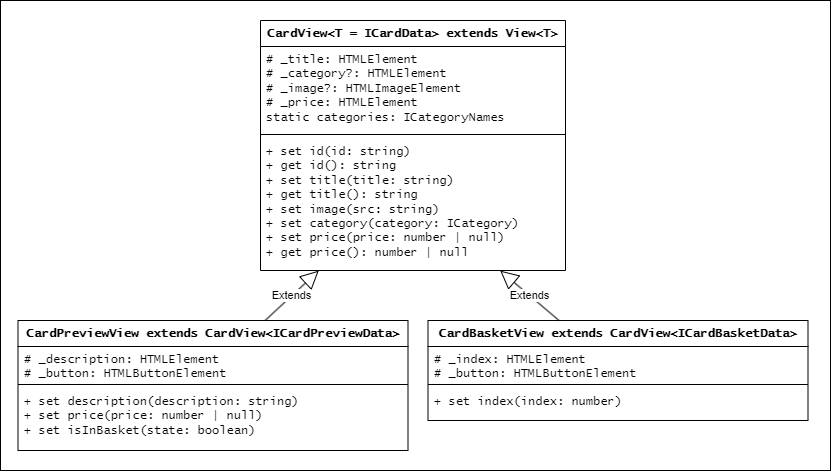
anna-kobis/web-larek keeps this draw.io diagram as documentation/View/CardClasses.png. Above is the earlier version. Source tidied: cells renumbered, new cells last; positions are measured from the earlier drawing's top-left corner, leaving out a move shared by most shapes.
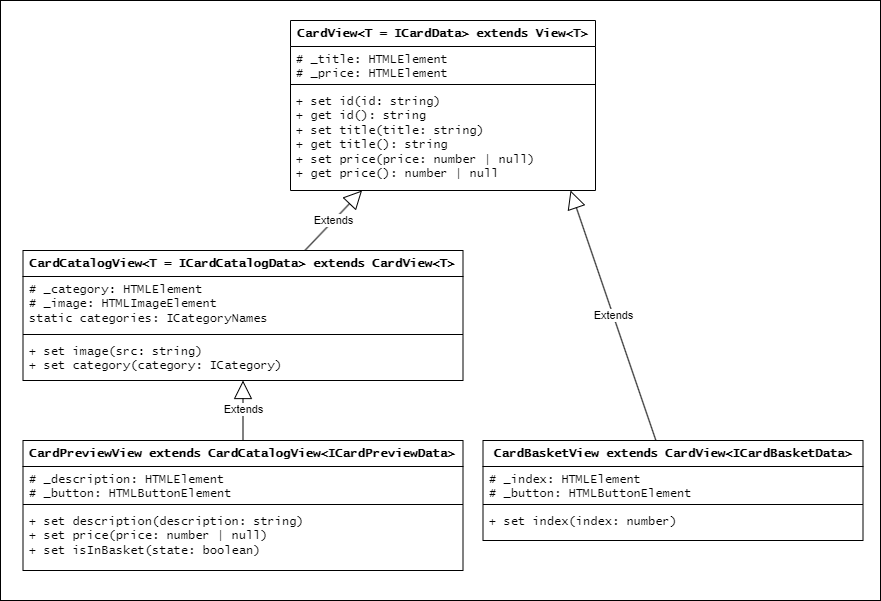
The same diagram one commit later.

The edit, as a diff of the source:
```diff
@@ -3,42 +3,37 @@
     <mxCell id="0" />
     <mxCell id="1" parent="0" />
     <mxCell id="2" style="rounded=0;whiteSpace=wrap;html=1;" parent="1" vertex="1">
-      <mxGeometry y="161" width="830" height="470" as="geometry" />
+      <mxGeometry x="-110" y="71" width="880" height="600" as="geometry" />
     </mxCell>
-    <mxCell id="3" value="Extends" style="endArrow=block;endSize=16;endFill=0;html=1;rounded=0;" parent="1" edge="1" target="x">
-      <mxGeometry relative="1" as="geometry">
-        <mxPoint x="1065" y="104.1" as="sourcePoint" />
-      </mxGeometry>
-    </mxCell>
     <mxCell id="4" value="CardView&amp;lt;T = ICardData&amp;gt; extends View&amp;lt;T&amp;gt;" style="swimlane;fontStyle=1;align=center;verticalAlign=top;horizontal=1;startSize=26;whiteSpace=wrap;html=1;fontFamily=Lucida Console;" parent="1" vertex="1">
-      <mxGeometry x="260" y="181" width="305" height="250" as="geometry" />
+      <mxGeometry x="180" y="91" width="305" height="170" as="geometry" />
     </mxCell>
-    <mxCell id="5" value="&lt;div&gt;&lt;span style=&quot;background-color: initial;&quot;&gt;# _title: HTMLElement&lt;/span&gt;&lt;br&gt;&lt;/div&gt;&lt;div&gt;&lt;span style=&quot;white-space: normal;&quot;&gt;# _category?: HTMLElement&lt;/span&gt;&lt;/div&gt;&lt;div&gt;&lt;span style=&quot;white-space: normal;&quot;&gt;# _image?: HTMLImageElement&lt;/span&gt;&lt;/div&gt;&lt;div&gt;&lt;span style=&quot;white-space: normal;&quot;&gt;# _price: HTMLElement&lt;/span&gt;&lt;/div&gt;&lt;div&gt;static categories: ICategoryNames&lt;span style=&quot;white-space: normal;&quot;&gt;&lt;br&gt;&lt;/span&gt;&lt;/div&gt;" style="text;strokeColor=none;fillColor=none;align=left;verticalAlign=top;spacingLeft=4;spacingRight=4;overflow=hidden;whiteSpace=wrap;html=1;fontFamily=Lucida Console;" parent="4" vertex="1">
-      <mxGeometry y="26" width="305" height="84" as="geometry" />
+    <mxCell id="5" value="&lt;div&gt;&lt;span style=&quot;background-color: initial;&quot;&gt;# _title: HTMLElement&lt;/span&gt;&lt;/div&gt;&lt;div&gt;&lt;span style=&quot;white-space: normal;&quot;&gt;# _price: HTMLElement&lt;/span&gt;&lt;/div&gt;" style="text;strokeColor=none;fillColor=none;align=left;verticalAlign=top;spacingLeft=4;spacingRight=4;overflow=hidden;whiteSpace=wrap;html=1;fontFamily=Lucida Console;" parent="4" vertex="1">
+      <mxGeometry y="26" width="305" height="34" as="geometry" />
     </mxCell>
     <mxCell id="6" style="line;strokeWidth=1;fillColor=none;align=left;verticalAlign=middle;spacingTop=-1;spacingLeft=3;spacingRight=3;labelPosition=right;strokeColor=inherit;fontFamily=Lucida Console;" parent="4" vertex="1">
-      <mxGeometry y="110" width="305" height="8" as="geometry" />
+      <mxGeometry y="60" width="305" height="8" as="geometry" />
     </mxCell>
-    <mxCell id="7" value="&lt;div&gt;+ set id(id: string)&lt;/div&gt;&lt;div&gt;&lt;span style=&quot;white-space: normal;&quot;&gt;+ get id(): string&lt;/span&gt;&lt;/div&gt;&lt;div&gt;&lt;span style=&quot;white-space: normal;&quot;&gt;+ set title(title: string)&lt;/span&gt;&lt;/div&gt;&lt;div&gt;&lt;span style=&quot;white-space: normal;&quot;&gt;+ get title(): string&lt;/span&gt;&lt;/div&gt;&lt;div&gt;&lt;span style=&quot;white-space: normal;&quot;&gt;+ set image(src: string)&lt;/span&gt;&lt;/div&gt;&lt;div&gt;&lt;span style=&quot;white-space: normal;&quot;&gt;+ set category(category: ICategory)&lt;/span&gt;&lt;/div&gt;&lt;div&gt;&lt;span style=&quot;white-space: normal;&quot;&gt;+ set price(price: number | null)&lt;/span&gt;&lt;/div&gt;&lt;div&gt;&lt;span style=&quot;white-space: normal;&quot;&gt;+ get price(): number | null&lt;/span&gt;&lt;/div&gt;" style="text;strokeColor=none;fillColor=none;align=left;verticalAlign=top;spacingLeft=4;spacingRight=4;overflow=hidden;points=[[0,0.5],[1,0.5]];portConstraint=eastwest;whiteSpace=wrap;html=1;fontFamily=Lucida Console;fontStyle=0;" parent="4" vertex="1">
-      <mxGeometry y="118" width="305" height="132" as="geometry" />
+    <mxCell id="7" value="&lt;div&gt;+ set id(id: string)&lt;/div&gt;&lt;div&gt;&lt;span style=&quot;white-space: normal;&quot;&gt;+ get id(): string&lt;/span&gt;&lt;/div&gt;&lt;div&gt;&lt;span style=&quot;white-space: normal;&quot;&gt;+ set title(title: string)&lt;/span&gt;&lt;/div&gt;&lt;div&gt;&lt;span style=&quot;white-space: normal;&quot;&gt;+ get title(): string&lt;/span&gt;&lt;/div&gt;&lt;div&gt;&lt;span style=&quot;background-color: initial;&quot;&gt;+ set price(price: number | null)&lt;/span&gt;&lt;br&gt;&lt;/div&gt;&lt;div&gt;&lt;span style=&quot;white-space: normal;&quot;&gt;+ get price(): number | null&lt;/span&gt;&lt;/div&gt;" style="text;strokeColor=none;fillColor=none;align=left;verticalAlign=top;spacingLeft=4;spacingRight=4;overflow=hidden;points=[[0,0.5],[1,0.5]];portConstraint=eastwest;whiteSpace=wrap;html=1;fontFamily=Lucida Console;fontStyle=0;" parent="4" vertex="1">
+      <mxGeometry y="68" width="305" height="102" as="geometry" />
     </mxCell>
-    <mxCell id="8" value="CardPreviewView extends CardView&amp;lt;ICardPreviewData&amp;gt;" style="swimlane;fontStyle=1;align=center;verticalAlign=top;horizontal=1;startSize=26;whiteSpace=wrap;html=1;fontFamily=Lucida Console;" parent="1" vertex="1">
-      <mxGeometry x="17.5" y="481" width="390" height="130" as="geometry" />
+    <mxCell id="8" value="CardPreviewView extends CardCatalogView&amp;lt;ICardPreviewData&amp;gt;" style="swimlane;fontStyle=1;align=center;verticalAlign=top;horizontal=1;startSize=26;whiteSpace=wrap;html=1;fontFamily=Lucida Console;" parent="1" vertex="1">
+      <mxGeometry x="-87.5" y="511" width="440" height="130" as="geometry" />
     </mxCell>
     <mxCell id="9" value="&lt;div&gt;&lt;div&gt;# _description: HTMLElement&lt;/div&gt;&lt;div&gt;&lt;span style=&quot;white-space: normal;&quot;&gt;# _button: HTMLButtonElement&lt;/span&gt;&lt;/div&gt;&lt;/div&gt;" style="text;strokeColor=none;fillColor=none;align=left;verticalAlign=top;spacingLeft=4;spacingRight=4;overflow=hidden;whiteSpace=wrap;html=1;fontFamily=Lucida Console;" parent="8" vertex="1">
-      <mxGeometry y="26" width="390" height="34" as="geometry" />
+      <mxGeometry y="26" width="440" height="34" as="geometry" />
     </mxCell>
     <mxCell id="10" style="line;strokeWidth=1;fillColor=none;align=left;verticalAlign=middle;spacingTop=-1;spacingLeft=3;spacingRight=3;labelPosition=right;strokeColor=inherit;fontFamily=Lucida Console;" parent="8" vertex="1">
-      <mxGeometry y="60" width="390" height="8" as="geometry" />
+      <mxGeometry y="60" width="440" height="8" as="geometry" />
     </mxCell>
     <mxCell id="11" value="&lt;div&gt;+ set description(description: string)&lt;/div&gt;&lt;div&gt;+ set price(price: number | null)&lt;/div&gt;&lt;div&gt;&lt;span style=&quot;white-space: normal;&quot;&gt;+ set isInBasket(state: boolean)&lt;/span&gt;&lt;/div&gt;" style="text;strokeColor=none;fillColor=none;align=left;verticalAlign=top;spacingLeft=4;spacingRight=4;overflow=hidden;whiteSpace=wrap;html=1;fontFamily=Lucida Console;fontStyle=0;" parent="8" vertex="1">
-      <mxGeometry y="68" width="390" height="62" as="geometry" />
+      <mxGeometry y="68" width="440" height="62" as="geometry" />
     </mxCell>
-    <mxCell id="12" value="Extends" style="endArrow=block;endSize=16;endFill=0;html=1;rounded=0;exitX=0.634;exitY=-0.001;exitDx=0;exitDy=0;exitPerimeter=0;entryX=0.191;entryY=1.001;entryDx=0;entryDy=0;entryPerimeter=0;" parent="1" edge="1" source="8" target="7">
+    <mxCell id="12" value="Extends" style="endArrow=block;endSize=16;endFill=0;html=1;rounded=0;" parent="1" edge="1" source="24" target="4">
       <mxGeometry relative="1" as="geometry" />
     </mxCell>
     <mxCell id="13" value="CardBasketView extends CardView&amp;lt;ICardBasketData&amp;gt;" style="swimlane;fontStyle=1;align=center;verticalAlign=top;horizontal=1;startSize=26;whiteSpace=wrap;html=1;fontFamily=Lucida Console;" parent="1" vertex="1">
-      <mxGeometry x="427.5" y="481" width="380" height="100" as="geometry" />
+      <mxGeometry x="372.5" y="511" width="380" height="100" as="geometry" />
     </mxCell>
     <mxCell id="14" value="&lt;div&gt;# _index: HTMLElement&lt;/div&gt;&lt;div&gt;&lt;span style=&quot;white-space: normal;&quot;&gt;# _button: HTMLButtonElement&lt;/span&gt;&lt;/div&gt;" style="text;strokeColor=none;fillColor=none;align=left;verticalAlign=top;spacingLeft=4;spacingRight=4;overflow=hidden;whiteSpace=wrap;html=1;fontFamily=Lucida Console;" parent="13" vertex="1">
       <mxGeometry y="26" width="380" height="34" as="geometry" />
@@ -49,38 +44,25 @@
     <mxCell id="16" value="+ set index(index: number)" style="text;strokeColor=none;fillColor=none;align=left;verticalAlign=top;spacingLeft=4;spacingRight=4;overflow=hidden;whiteSpace=wrap;html=1;fontFamily=Lucida Console;fontStyle=0;" parent="13" vertex="1">
       <mxGeometry y="68" width="380" height="32" as="geometry" />
     </mxCell>
-    <mxCell id="17" value="Extends" style="endArrow=block;endSize=16;endFill=0;html=1;rounded=0;entryX=0.786;entryY=1.001;entryDx=0;entryDy=0;entryPerimeter=0;" parent="1" edge="1" source="13" target="7">
-      <mxGeometry relative="1" as="geometry" />
+    <mxCell id="17" value="Extends" style="endArrow=block;endSize=16;endFill=0;html=1;rounded=0;" parent="1" edge="1" source="13">
+      <mxGeometry relative="1" as="geometry">
+        <mxPoint x="460" y="261" as="targetPoint" />
+      </mxGeometry>
     </mxCell>
-    <mxCell id="18" value="Extends" style="endArrow=block;endSize=16;endFill=0;html=1;rounded=0;" parent="1" edge="1" source="x">
-      <mxGeometry relative="1" as="geometry">
-        <mxPoint x="715.2" y="131" as="targetPoint" />
-      </mxGeometry>
-    </mxCell>
-    <mxCell id="19" value="Extends" style="endArrow=block;endSize=16;endFill=0;html=1;rounded=0;exitX=0;exitY=0.25;exitDx=0;exitDy=0;" parent="1" edge="1" source="x">
-      <mxGeometry relative="1" as="geometry">
-        <mxPoint x="929.3" y="381" as="targetPoint" />
-      </mxGeometry>
-    </mxCell>
-    <mxCell id="20" value="Extends" style="endArrow=block;endSize=16;endFill=0;html=1;rounded=0;exitX=0.14;exitY=-0.012;exitDx=0;exitDy=0;exitPerimeter=0;" parent="1" edge="1" source="x">
-      <mxGeometry relative="1" as="geometry">
-        <mxPoint x="815.3" y="381" as="targetPoint" />
-      </mxGeometry>
-    </mxCell>
-    <mxCell id="21" value="Extends" style="endArrow=block;endSize=16;endFill=0;html=1;rounded=0;entryX=1;entryY=0.5;entryDx=0;entryDy=0;" parent="1" edge="1" target="x">
-      <mxGeometry relative="1" as="geometry">
-        <mxPoint x="1055" y="-0.3" as="sourcePoint" />
-      </mxGeometry>
-    </mxCell>
-    <mxCell id="22" value="Extends" style="endArrow=block;endSize=16;endFill=0;html=1;rounded=0;entryX=0.906;entryY=1.007;entryDx=0;entryDy=0;entryPerimeter=0;exitX=0.081;exitY=-0.004;exitDx=0;exitDy=0;exitPerimeter=0;" parent="1" edge="1" source="x">
-      <mxGeometry relative="1" as="geometry">
-        <mxPoint x="926.4" y="131.6" as="targetPoint" />
-      </mxGeometry>
-    </mxCell>
-    <mxCell id="23" value="Extends" style="endArrow=block;endSize=16;endFill=0;html=1;rounded=0;" parent="1" edge="1" source="x">
-      <mxGeometry relative="1" as="geometry">
-        <mxPoint x="410" y="66.4" as="targetPoint" />
-      </mxGeometry>
-    </mxCell>
+    <mxCell id="24" value="CardCatalogView&amp;lt;T = ICardCatalogData&amp;gt; extends CardView&amp;lt;T&amp;gt;" style="swimlane;fontStyle=1;align=center;verticalAlign=top;horizontal=1;startSize=26;whiteSpace=wrap;html=1;fontFamily=Lucida Console;" parent="1" vertex="1">
+      <mxGeometry x="-87.5" y="321" width="440" height="130" as="geometry" />
+    </mxCell>
+    <mxCell id="25" value="&lt;div&gt;&lt;span style=&quot;background-color: initial;&quot;&gt;# _category: HTMLElement&lt;/span&gt;&lt;br&gt;&lt;/div&gt;&lt;div&gt;&lt;span style=&quot;white-space: normal;&quot;&gt;# _image: HTMLImageElement&lt;/span&gt;&lt;/div&gt;&lt;div&gt;&lt;span style=&quot;background-color: initial;&quot;&gt;static categories: ICategoryNames&lt;/span&gt;&lt;br&gt;&lt;/div&gt;" style="text;strokeColor=none;fillColor=none;align=left;verticalAlign=top;spacingLeft=4;spacingRight=4;overflow=hidden;whiteSpace=wrap;html=1;fontFamily=Lucida Console;" parent="24" vertex="1">
+      <mxGeometry y="26" width="440" height="54" as="geometry" />
+    </mxCell>
+    <mxCell id="26" style="line;strokeWidth=1;fillColor=none;align=left;verticalAlign=middle;spacingTop=-1;spacingLeft=3;spacingRight=3;labelPosition=right;strokeColor=inherit;fontFamily=Lucida Console;" parent="24" vertex="1">
+      <mxGeometry y="80" width="440" height="8" as="geometry" />
+    </mxCell>
+    <mxCell id="27" value="&lt;div&gt;&lt;span style=&quot;background-color: initial;&quot;&gt;+ set image(src: string)&lt;/span&gt;&lt;br&gt;&lt;/div&gt;&lt;div&gt;&lt;span style=&quot;white-space: normal;&quot;&gt;+ set category(category: ICategory)&lt;/span&gt;&lt;/div&gt;" style="text;strokeColor=none;fillColor=none;align=left;verticalAlign=top;spacingLeft=4;spacingRight=4;overflow=hidden;whiteSpace=wrap;html=1;fontFamily=Lucida Console;fontStyle=0;" parent="24" vertex="1">
+      <mxGeometry y="88" width="440" height="42" as="geometry" />
+    </mxCell>
+    <mxCell id="28" value="Extends" style="endArrow=block;endSize=16;endFill=0;html=1;rounded=0;" parent="1" edge="1" source="8" target="24">
+      <mxGeometry relative="1" as="geometry" />
+    </mxCell>
   </root>
 </mxGraphModel>
```
